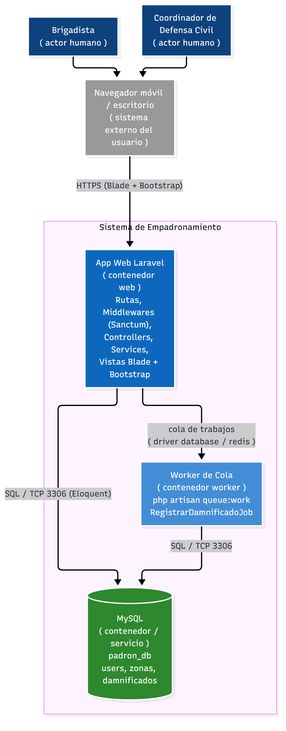
Before: img/nivel2-contenedores.png, a diagram exported from Mermaid (gabrielquispe27-ops/Sistema-Empadronamiento_arquiSoft_Quispe-02). Its source is kept beside it as img/fuentes-mermaid/nivel2-contenedores.mmd. Source of this version:
```mermaid
flowchart TD
    classDef person fill:#08427b,stroke:#fff,stroke-width:2px,color:#fff
    classDef web fill:#1168bd,stroke:#fff,stroke-width:2px,color:#fff
    classDef worker fill:#438dd5,stroke:#fff,stroke-width:2px,color:#fff
    classDef db fill:#2d882d,stroke:#fff,stroke-width:2px,color:#fff
    classDef ext fill:#999999,stroke:#fff,stroke-width:2px,color:#fff

    Brigadista["Brigadista\n( actor humano )"]:::person
    Coordinador["Coordinador de Defensa Civil\n( actor humano )"]:::person

    subgraph SYSTEM ["Sistema de Empadronamiento"]
        App["App Web Laravel\n( contenedor web )\nRutas, Middlewares (Sanctum),\nControllers, Services,\nVistas Blade + Bootstrap"]:::web
        Worker["Worker de Cola\n( contenedor worker )\nphp artisan queue:work\nRegistrarDamnificadoJob"]:::worker
        DB[("MySQL\n( contenedor / servicio )\npadron_db\nusers, zonas, damnificados")]:::db
    end

    Navegador["Navegador móvil / escritorio\n( sistema externo del usuario )"]:::ext

    Brigadista --> Navegador
    Coordinador --> Navegador
    Navegador -- "HTTPS (Blade + Bootstrap)" --> App
    App -- "cola de trabajos\n( driver database / redis )" --> Worker
    Worker -- "SQL / TCP 3306" --> DB
    App -- "SQL / TCP 3306 (Eloquent)" --> DB
```
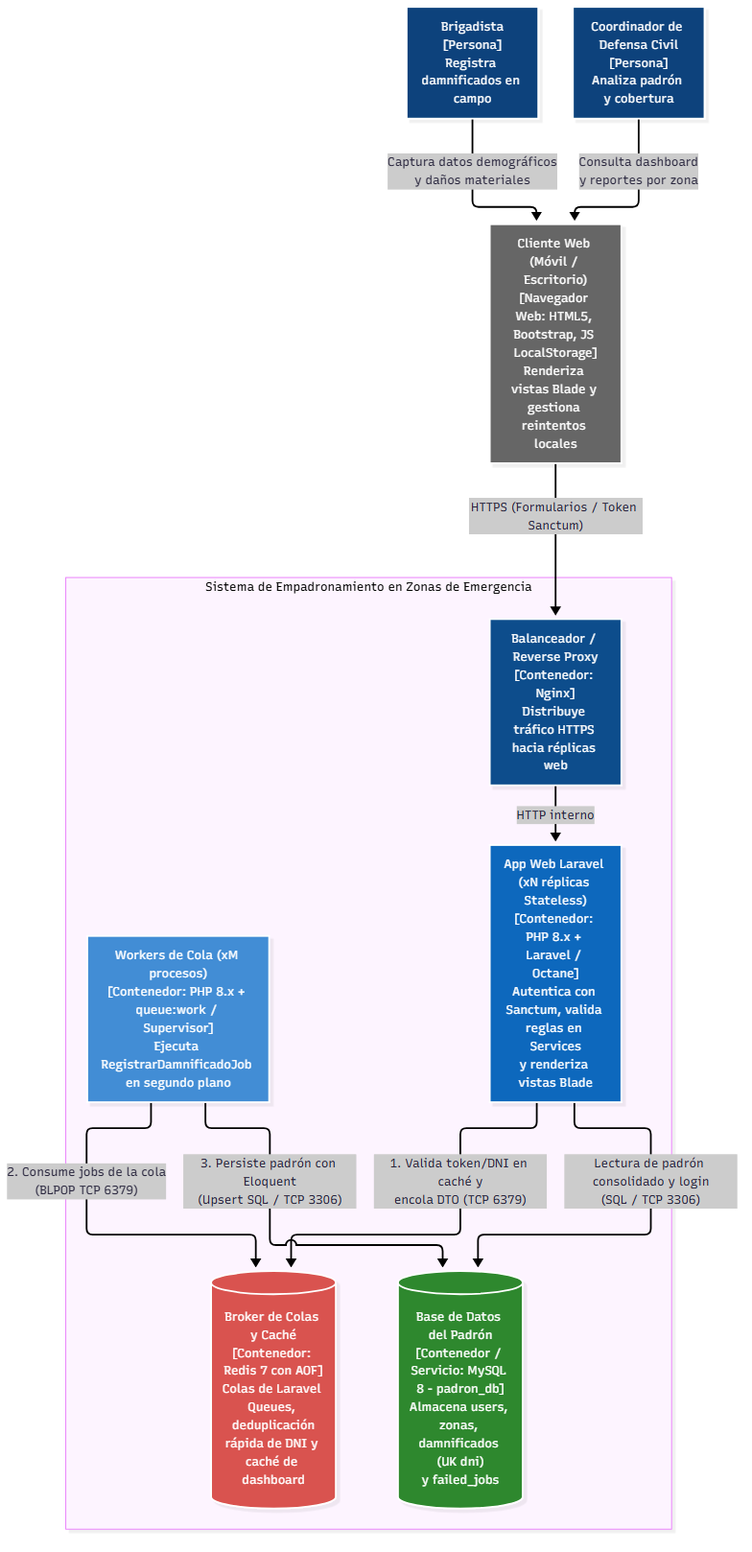
The same diagram one commit later.

Change to the diagram source:
```diff
@@ -1,24 +1,36 @@
 flowchart TD
     classDef person fill:#08427b,stroke:#fff,stroke-width:2px,color:#fff
+    classDef proxy fill:#0b4d8c,stroke:#fff,stroke-width:2px,color:#fff
     classDef web fill:#1168bd,stroke:#fff,stroke-width:2px,color:#fff
+    classDef queue fill:#d9534f,stroke:#fff,stroke-width:2px,color:#fff
     classDef worker fill:#438dd5,stroke:#fff,stroke-width:2px,color:#fff
     classDef db fill:#2d882d,stroke:#fff,stroke-width:2px,color:#fff
-    classDef ext fill:#999999,stroke:#fff,stroke-width:2px,color:#fff
+    classDef client fill:#666666,stroke:#fff,stroke-width:2px,color:#fff
 
-    Brigadista["Brigadista\n( actor humano )"]:::person
-    Coordinador["Coordinador de Defensa Civil\n( actor humano )"]:::person
+    Brigadista["Brigadista\n[Persona]\nRegistra damnificados en campo"]:::person
+    Coordinador["Coordinador de Defensa Civil\n[Persona]\nAnaliza padrón y cobertura"]:::person
 
-    subgraph SYSTEM ["Sistema de Empadronamiento"]
-        App["App Web Laravel\n( contenedor web )\nRutas, Middlewares (Sanctum),\nControllers, Services,\nVistas Blade + Bootstrap"]:::web
-        Worker["Worker de Cola\n( contenedor worker )\nphp artisan queue:work\nRegistrarDamnificadoJob"]:::worker
-        DB[("MySQL\n( contenedor / servicio )\npadron_db\nusers, zonas, damnificados")]:::db
+    Navegador["Cliente Web (Móvil / Escritorio)\n[Navegador Web: HTML5, Bootstrap, JS LocalStorage]\nRenderiza vistas Blade y gestiona reintentos locales"]:::client
+
+    subgraph SYSTEM ["Sistema de Empadronamiento en Zonas de Emergencia"]
+        LB["Balanceador / Reverse Proxy\n[Contenedor: Nginx]\nDistribuye tráfico HTTPS hacia réplicas web"]:::proxy
+
+        App["App Web Laravel (xN réplicas Stateless)\n[Contenedor: PHP 8.x + Laravel / Octane]\nAutentica con Sanctum, valida reglas en Services\ny renderiza vistas Blade"]:::web
+
+        Redis[("Broker de Colas y Caché\n[Contenedor: Redis 7 con AOF]\nColas de Laravel Queues, deduplicación\nrápida de DNI y caché de dashboard")]:::queue
+
+        Worker["Workers de Cola (xM procesos)\n[Contenedor: PHP 8.x + queue:work / Supervisor]\nEjecuta RegistrarDamnificadoJob en segundo plano"]:::worker
+
+        DB[("Base de Datos del Padrón\n[Contenedor / Servicio: MySQL 8 - padron_db]\nAlmacena users, zonas, damnificados (UK dni)\ny failed_jobs")]:::db
     end
 
-    Navegador["Navegador móvil / escritorio\n( sistema externo del usuario )"]:::ext
+    Brigadista -- "Captura datos demográficos\ny daños materiales" --> Navegador
+    Coordinador -- "Consulta dashboard\ny reportes por zona" --> Navegador
 
-    Brigadista --> Navegador
-    Coordinador --> Navegador
-    Navegador -- "HTTPS (Blade + Bootstrap)" --> App
-    App -- "cola de trabajos\n( driver database / redis )" --> Worker
-    Worker -- "SQL / TCP 3306" --> DB
-    App -- "SQL / TCP 3306 (Eloquent)" --> DB
+    Navegador -- "HTTPS (Formularios / Token Sanctum)" --> LB
+    LB -- "HTTP interno" --> App
+
+    App -- "1. Valida token/DNI en caché y\nencola DTO (TCP 6379)" --> Redis
+    Worker -- "2. Consume jobs de la cola\n(BLPOP TCP 6379)" --> Redis
+    Worker -- "3. Persiste padrón con Eloquent\n(Upsert SQL / TCP 3306)" --> DB
+    App -- "Lectura de padrón consolidado y login\n(SQL / TCP 3306)" --> DB
```
